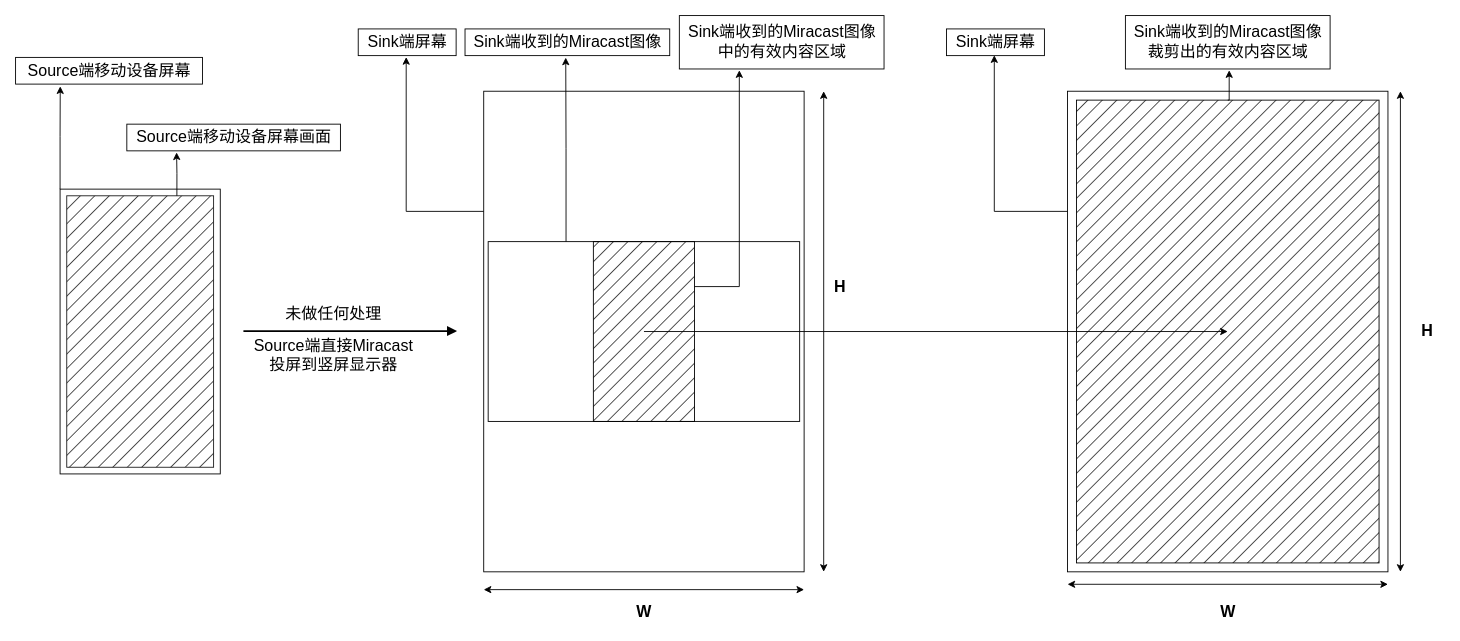
Before: Miracast竖屏投屏竖屏.drawio in qjzh0603/drawio, a draw.io diagram. Source tidied: cells renumbered, new cells numbered last; positions are measured from the earlier drawing's top-left corner, leaving out a move shared by most shapes. Both pictures are drawn from the tidied source at 89%, with x=0, y=0 at pixel (15, 15).
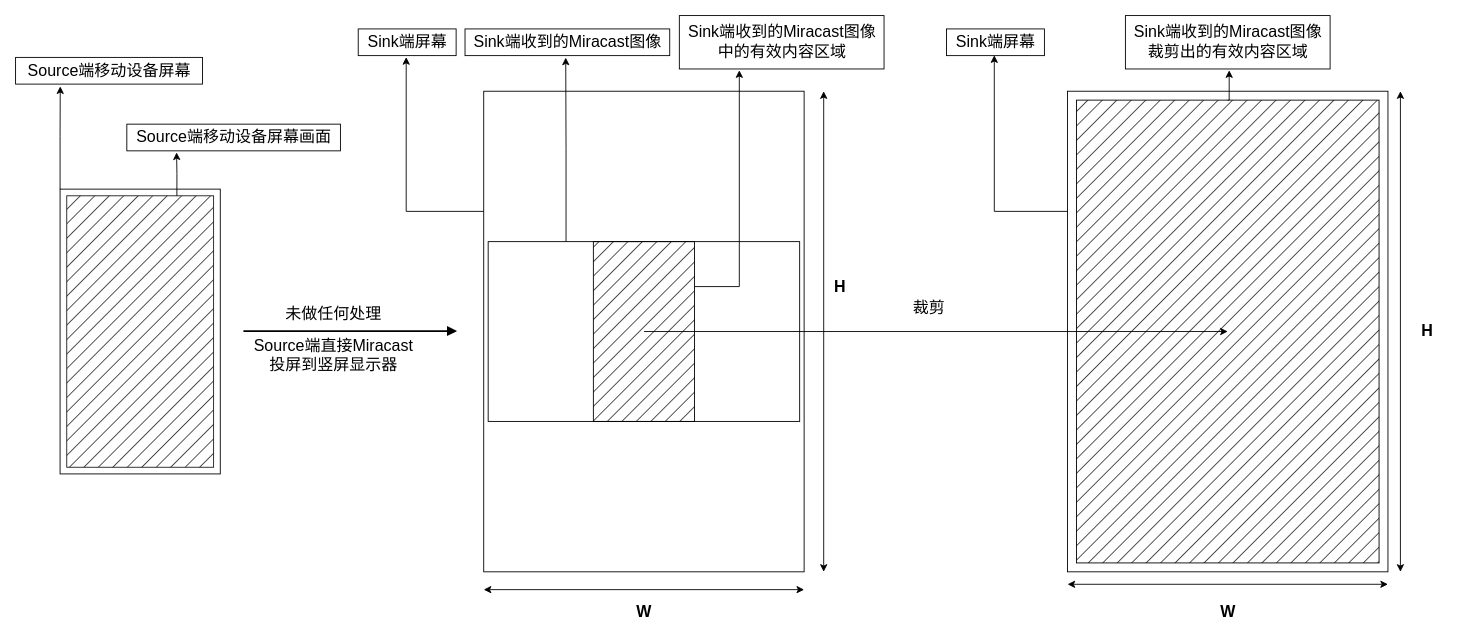
Above is the later version.

Commit message:
更新Miracast竖屏投屏竖屏.drawio

Diff of the diagram source:
```diff
@@
+    <mxCell id="36" value="裁剪" style="text;html=1;align=center;verticalAlign=middle;strokeColor=none;fillColor=none;fontSize=18;" parent="1" vertex="1">
+      <mxGeometry x="996" y="314" width="60" height="30" as="geometry" />
+    </mxCell>
```
